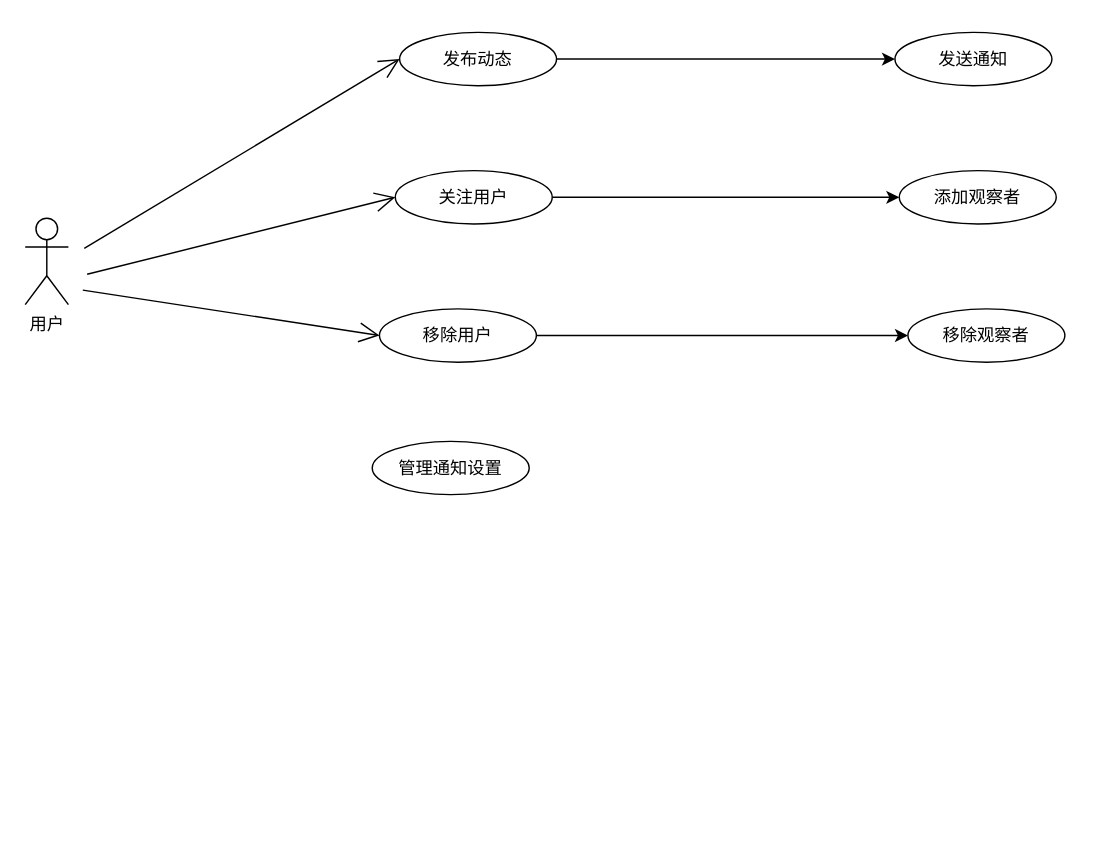
This is 2.drawio from 1579231583/student, a draw.io file, before an edit. Source tidied: cells renumbered, new cells numbered last; positions are measured from the earlier drawing's top-left corner, leaving out a move shared by most shapes. Both pictures are drawn from the tidied source at 144%, with x=0, y=0 at pixel (24, 32).
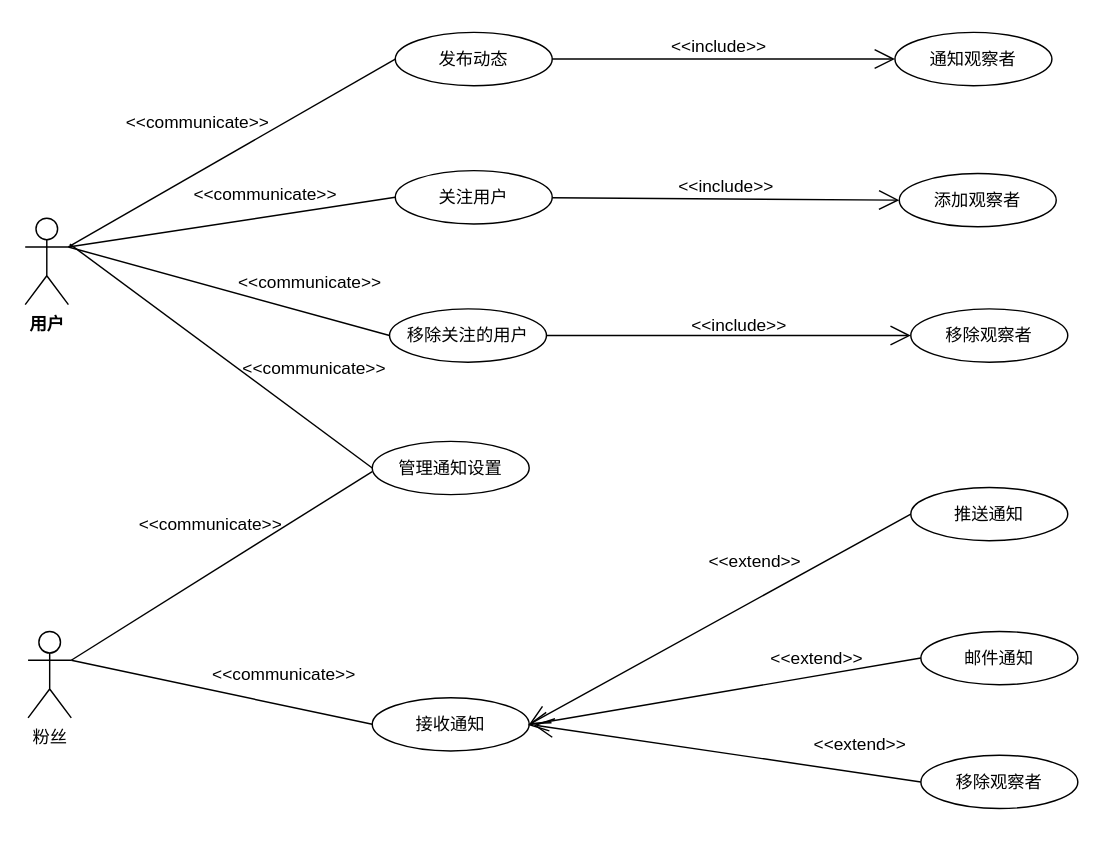
The same page after the edit.

The change refers to these unchanged cells:
```xml
<mxCell id="12" value="关注用户" style="ellipse;whiteSpace=wrap;html=1;" parent="1" vertex="1">
  <mxGeometry x="257" y="96" width="109" height="37" as="geometry" />
</mxCell>
<mxCell id="15" value="管理通知设置" style="ellipse;whiteSpace=wrap;html=1;" parent="1" vertex="1">
  <mxGeometry x="241" y="284" width="109" height="37" as="geometry" />
</mxCell>
```

What changed in the source:
```diff
@@
-    <mxCell id="2" value="用户" style="shape=umlActor;verticalLabelPosition=bottom;verticalAlign=top;html=1;" parent="1" vertex="1">
+    <mxCell id="2" value="用户" style="shape=umlActor;verticalLabelPosition=bottom;verticalAlign=top;html=1;fontStyle=1;" parent="1" vertex="1">
       <mxGeometry y="129" width="30" height="60" as="geometry" />
     </mxCell>
-    <mxCell id="3" style="endArrow=open;endFill=1;endSize=12;html=1;rounded=0;entryX=0;entryY=0.5;entryDx=0;entryDy=0;" parent="1" edge="1" target="7">
-      <mxGeometry relative="1" as="geometry">
-        <mxPoint x="41" y="150" as="sourcePoint" />
-      </mxGeometry>
-    </mxCell>
-    <mxCell id="4" style="endArrow=open;endFill=1;endSize=12;html=1;rounded=0;entryX=0;entryY=0.5;entryDx=0;entryDy=0;" parent="1" edge="1" target="12">
-      <mxGeometry relative="1" as="geometry">
-        <mxPoint x="43" y="168" as="sourcePoint" />
-      </mxGeometry>
-    </mxCell>
-    <mxCell id="5" style="endArrow=open;endFill=1;endSize=12;html=1;rounded=0;entryX=0;entryY=0.5;entryDx=0;entryDy=0;" parent="1" edge="1" target="10">
-      <mxGeometry relative="1" as="geometry">
-        <mxPoint x="40" y="179" as="sourcePoint" />
-      </mxGeometry>
-    </mxCell>
-    <mxCell id="6" style="edgeStyle=orthogonalEdgeStyle;rounded=0;jettySize=auto;html=1;exitX=1;exitY=0.5;exitDx=0;exitDy=0;entryX=0;entryY=0.5;entryDx=0;entryDy=0;" parent="1" edge="1" source="7" target="8">
-      <mxGeometry relative="1" as="geometry" />
-    </mxCell>
     <mxCell id="7" value="发布动态" style="ellipse;whiteSpace=wrap;html=1;" parent="1" vertex="1">
-      <mxGeometry x="260" width="109" height="37" as="geometry" />
+      <mxGeometry x="257" width="109" height="37" as="geometry" />
     </mxCell>
-    <mxCell id="8" value="发送通知" style="ellipse;whiteSpace=wrap;html=1;" parent="1" vertex="1">
+    <mxCell id="8" value="通知观察者" style="ellipse;whiteSpace=wrap;html=1;" parent="1" vertex="1">
       <mxGeometry x="604" width="109" height="37" as="geometry" />
     </mxCell>
-    <mxCell id="9" style="edgeStyle=orthogonalEdgeStyle;rounded=0;jettySize=auto;html=1;exitX=1;exitY=0.5;exitDx=0;exitDy=0;" parent="1" edge="1" source="10" target="14">
-      <mxGeometry relative="1" as="geometry" />
-    </mxCell>
-    <mxCell id="10" value="移除用户" style="ellipse;whiteSpace=wrap;html=1;" parent="1" vertex="1">
-      <mxGeometry x="246" y="192" width="109" height="37" as="geometry" />
+    <mxCell id="10" value="移除关注的用户" style="ellipse;whiteSpace=wrap;html=1;" parent="1" vertex="1">
+      <mxGeometry x="253" y="192" width="109" height="37" as="geometry" />
     </mxCell>
-    <mxCell id="11" style="edgeStyle=orthogonalEdgeStyle;rounded=0;jettySize=auto;html=1;exitX=1;exitY=0.5;exitDx=0;exitDy=0;entryX=0;entryY=0.5;entryDx=0;entryDy=0;" parent="1" edge="1" source="12" target="13">
-      <mxGeometry relative="1" as="geometry" />
-    </mxCell>
@@
     <mxCell id="13" value="添加观察者" style="ellipse;whiteSpace=wrap;html=1;" parent="1" vertex="1">
-      <mxGeometry x="607" y="96" width="109" height="37" as="geometry" />
+      <mxGeometry x="607" y="98" width="109" height="37" as="geometry" />
     </mxCell>
     <mxCell id="14" value="移除观察者" style="ellipse;whiteSpace=wrap;html=1;" parent="1" vertex="1">
-      <mxGeometry x="613" y="192" width="109" height="37" as="geometry" />
+      <mxGeometry x="615" y="192" width="109" height="37" as="geometry" />
     </mxCell>
@@
+    <mxCell id="16" value="粉丝" style="shape=umlActor;verticalLabelPosition=bottom;verticalAlign=top;html=1;" parent="1" vertex="1">
+      <mxGeometry x="2" y="416" width="30" height="60" as="geometry" />
+    </mxCell>
+    <mxCell id="17" value="邮件通知" style="ellipse;whiteSpace=wrap;html=1;fontStyle=0;" parent="1" vertex="1">
+      <mxGeometry x="622" y="416" width="109" height="37" as="geometry" />
+    </mxCell>
+    <mxCell id="18" value="推送通知" style="ellipse;whiteSpace=wrap;html=1;" parent="1" vertex="1">
+      <mxGeometry x="615" y="316" width="109" height="37" as="geometry" />
+    </mxCell>
+    <mxCell id="19" value="移除观察者" style="ellipse;whiteSpace=wrap;html=1;" parent="1" vertex="1">
+      <mxGeometry x="622" y="502" width="109" height="37" as="geometry" />
+    </mxCell>
+    <mxCell id="20" value="接收通知" style="ellipse;whiteSpace=wrap;html=1;" parent="1" vertex="1">
+      <mxGeometry x="241" y="462" width="109" height="37" as="geometry" />
+    </mxCell>
+    <mxCell id="21" style="endArrow=none;html=1;rounded=0;entryX=0;entryY=0.5;entryDx=0;entryDy=0;exitX=1;exitY=0.3333333333333333;exitDx=0;exitDy=0;exitPerimeter=0;" parent="1" edge="1" source="2" target="7">
+      <mxGeometry relative="1" as="geometry" />
+    </mxCell>
+    <mxCell id="22" style="endArrow=none;html=1;rounded=0;entryX=0;entryY=0.5;entryDx=0;entryDy=0;exitX=1;exitY=0.3333333333333333;exitDx=0;exitDy=0;exitPerimeter=0;" parent="1" edge="1" source="2" target="12">
+      <mxGeometry relative="1" as="geometry" />
+    </mxCell>
+    <mxCell id="23" style="endArrow=none;html=1;rounded=0;entryX=0;entryY=0.5;entryDx=0;entryDy=0;exitX=1;exitY=0.3333333333333333;exitDx=0;exitDy=0;exitPerimeter=0;" parent="1" edge="1" source="2" target="10">
+      <mxGeometry relative="1" as="geometry" />
+    </mxCell>
+    <mxCell id="24" style="endArrow=none;html=1;rounded=0;entryX=0;entryY=0.5;entryDx=0;entryDy=0;" parent="1" edge="1" target="15">
+      <mxGeometry relative="1" as="geometry">
+        <mxPoint x="31" y="147" as="sourcePoint" />
+      </mxGeometry>
+    </mxCell>
+    <mxCell id="25" style="endArrow=none;html=1;rounded=0;exitX=1;exitY=0.3333333333333333;exitDx=0;exitDy=0;exitPerimeter=0;" parent="1" edge="1" source="16">
+      <mxGeometry relative="1" as="geometry">
+        <mxPoint x="241" y="305" as="targetPoint" />
+      </mxGeometry>
+    </mxCell>
+    <mxCell id="26" style="endArrow=none;html=1;rounded=0;entryX=0;entryY=0.5;entryDx=0;entryDy=0;exitX=1;exitY=0.3333333333333333;exitDx=0;exitDy=0;exitPerimeter=0;" parent="1" edge="1" source="16" target="20">
+      <mxGeometry relative="1" as="geometry" />
+    </mxCell>
+    <mxCell id="27" style="endArrow=open;endFill=1;endSize=12;html=1;rounded=0;exitX=0;exitY=0.5;exitDx=0;exitDy=0;entryX=1;entryY=0.5;entryDx=0;entryDy=0;" parent="1" edge="1" source="18" target="20">
+      <mxGeometry relative="1" as="geometry" />
+    </mxCell>
+    <mxCell id="28" style="endArrow=open;endFill=1;endSize=12;html=1;rounded=0;exitX=0;exitY=0.5;exitDx=0;exitDy=0;" parent="1" edge="1" source="17">
+      <mxGeometry relative="1" as="geometry">
+        <mxPoint x="349" y="481" as="targetPoint" />
+      </mxGeometry>
+    </mxCell>
+    <mxCell id="29" style="endArrow=open;endFill=1;endSize=12;html=1;rounded=0;exitX=0;exitY=0.5;exitDx=0;exitDy=0;" parent="1" edge="1" source="19">
+      <mxGeometry relative="1" as="geometry">
+        <mxPoint x="353" y="481" as="targetPoint" />
+      </mxGeometry>
+    </mxCell>
+    <mxCell id="9" style="endArrow=open;endFill=1;endSize=12;html=1;rounded=0;exitX=1;exitY=0.5;exitDx=0;exitDy=0;entryX=0;entryY=0.5;entryDx=0;entryDy=0;" parent="1" edge="1" source="10" target="14">
+      <mxGeometry relative="1" as="geometry" />
+    </mxCell>
+    <mxCell id="11" style="endArrow=open;endFill=1;endSize=12;html=1;rounded=0;entryX=0;entryY=0.5;entryDx=0;entryDy=0;" parent="1" edge="1" source="12" target="13">
+      <mxGeometry relative="1" as="geometry" />
+    </mxCell>
+    <mxCell id="6" style="endArrow=open;endFill=1;endSize=12;html=1;rounded=0;entryX=0;entryY=0.5;entryDx=0;entryDy=0;" parent="1" edge="1" source="7" target="8">
+      <mxGeometry relative="1" as="geometry" />
+    </mxCell>
+    <mxCell id="30" value="&amp;lt;&amp;lt;include&amp;gt;&amp;gt;" style="text;html=1;whiteSpace=wrap;strokeColor=none;fillColor=none;align=center;verticalAlign=middle;rounded=0;" parent="1" vertex="1">
+      <mxGeometry x="452" y="-5" width="60" height="30" as="geometry" />
+    </mxCell>
+    <mxCell id="31" value="&amp;lt;&amp;lt;include&amp;gt;&amp;gt;" style="text;html=1;whiteSpace=wrap;strokeColor=none;fillColor=none;align=center;verticalAlign=middle;rounded=0;" parent="1" vertex="1">
+      <mxGeometry x="457" y="92" width="60" height="30" as="geometry" />
+    </mxCell>
+    <mxCell id="32" value="&amp;lt;&amp;lt;include&amp;gt;&amp;gt;" style="text;html=1;whiteSpace=wrap;strokeColor=none;fillColor=none;align=center;verticalAlign=middle;rounded=0;" parent="1" vertex="1">
+      <mxGeometry x="466" y="189" width="60" height="30" as="geometry" />
+    </mxCell>
+    <mxCell id="33" style="edgeStyle=orthogonalEdgeStyle;rounded=0;orthogonalLoop=1;jettySize=auto;html=1;exitX=0.5;exitY=1;exitDx=0;exitDy=0;" parent="1" edge="1" source="19" target="19">
+      <mxGeometry relative="1" as="geometry" />
+    </mxCell>
+    <mxCell id="34" value="&amp;lt;&amp;lt;extend&amp;gt;&amp;gt;" style="text;html=1;whiteSpace=wrap;strokeColor=none;fillColor=none;align=center;verticalAlign=middle;rounded=0;" parent="1" vertex="1">
+      <mxGeometry x="477" y="353" width="60" height="30" as="geometry" />
+    </mxCell>
+    <mxCell id="35" value="&amp;lt;&amp;lt;extend&amp;gt;&amp;gt;" style="text;html=1;whiteSpace=wrap;strokeColor=none;fillColor=none;align=center;verticalAlign=middle;rounded=0;" parent="1" vertex="1">
+      <mxGeometry x="520" y="419.5" width="60" height="30" as="geometry" />
+    </mxCell>
+    <mxCell id="36" value="&amp;lt;&amp;lt;extend&amp;gt;&amp;gt;" style="text;html=1;whiteSpace=wrap;strokeColor=none;fillColor=none;align=center;verticalAlign=middle;rounded=0;" parent="1" vertex="1">
+      <mxGeometry x="550" y="480" width="60" height="30" as="geometry" />
+    </mxCell>
+    <mxCell id="37" value="&amp;lt;&amp;lt;communicate&amp;gt;&amp;gt;" style="text;html=1;whiteSpace=wrap;strokeColor=none;fillColor=none;align=center;verticalAlign=middle;rounded=0;" parent="1" vertex="1">
+      <mxGeometry x="90" y="48" width="60" height="30" as="geometry" />
+    </mxCell>
+    <mxCell id="38" value="&amp;lt;&amp;lt;communicate&amp;gt;&amp;gt;" style="text;html=1;whiteSpace=wrap;strokeColor=none;fillColor=none;align=center;verticalAlign=middle;rounded=0;" parent="1" vertex="1">
+      <mxGeometry x="137" y="98" width="60" height="30" as="geometry" />
+    </mxCell>
+    <mxCell id="39" value="&amp;lt;&amp;lt;communicate&amp;gt;&amp;gt;" style="text;html=1;whiteSpace=wrap;strokeColor=none;fillColor=none;align=center;verticalAlign=middle;rounded=0;" parent="1" vertex="1">
+      <mxGeometry x="168" y="159" width="60" height="30" as="geometry" />
+    </mxCell>
+    <mxCell id="40" value="&amp;lt;&amp;lt;communicate&amp;gt;&amp;gt;" style="text;html=1;whiteSpace=wrap;strokeColor=none;fillColor=none;align=center;verticalAlign=middle;rounded=0;" parent="1" vertex="1">
+      <mxGeometry x="171" y="219" width="60" height="30" as="geometry" />
+    </mxCell>
+    <mxCell id="41" value="&amp;lt;&amp;lt;communicate&amp;gt;&amp;gt;" style="text;html=1;whiteSpace=wrap;strokeColor=none;fillColor=none;align=center;verticalAlign=middle;rounded=0;" parent="1" vertex="1">
+      <mxGeometry x="99" y="327" width="60" height="30" as="geometry" />
+    </mxCell>
+    <mxCell id="42" value="&amp;lt;&amp;lt;communicate&amp;gt;&amp;gt;" style="text;html=1;whiteSpace=wrap;strokeColor=none;fillColor=none;align=center;verticalAlign=middle;rounded=0;" parent="1" vertex="1">
+      <mxGeometry x="150" y="431" width="60" height="30" as="geometry" />
+    </mxCell>
```
